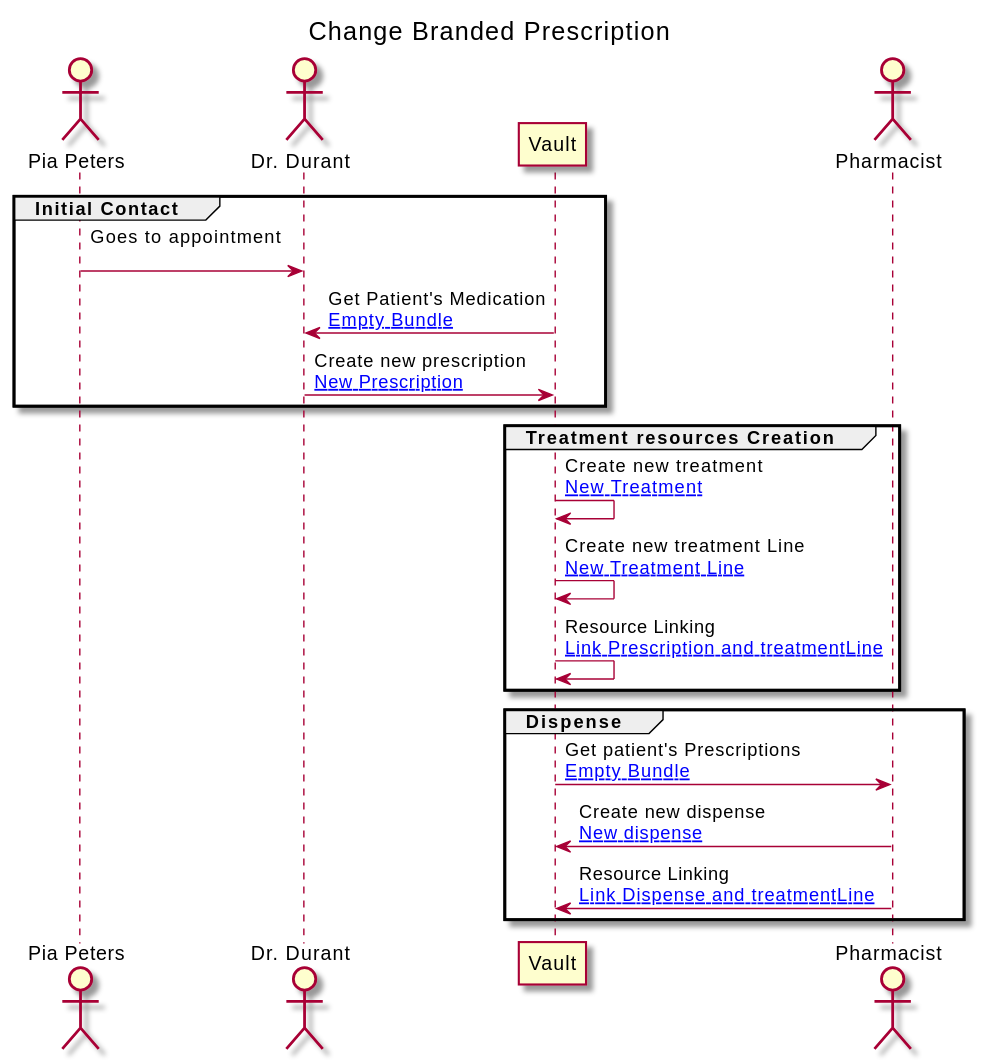
This is branches/master/ExampleScenario-example-1-scenario.svg from jcostateixeira/riziv-medication-record, a PlantUML export, as it was before one commit.
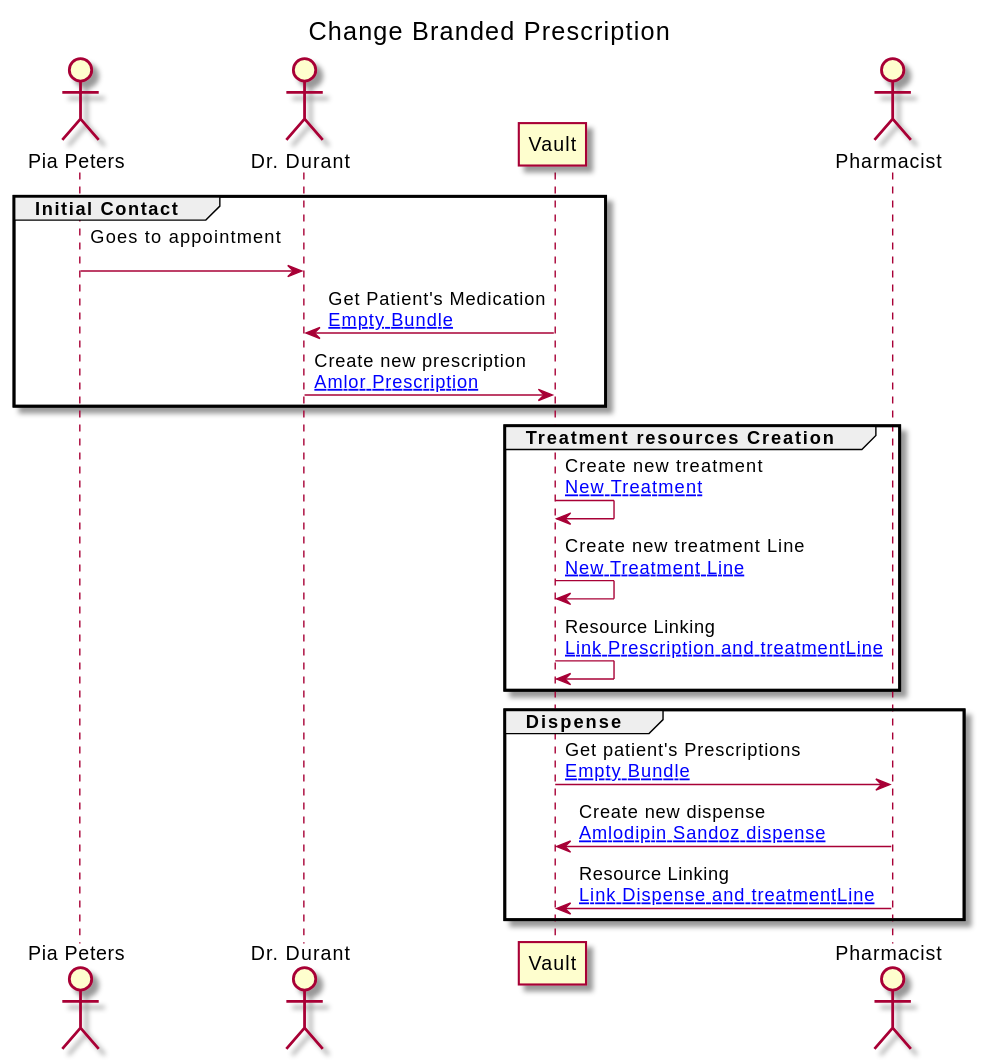
After the change.

What changed in the source:
```diff
@@ -17,7 +17,7 @@
 
 PATIENT -> GP : Goes to appointment\n
 VAULT -> GP : Get Patient's Medication\n[[ExampleScenario-example-1-scenario-resources.html#EB Empty Bundle]]
-GP -> VAULT : Create new prescription\n[[ExampleScenario-example-1-scenario-resources.html#1-prescription New Prescription]]
+GP -> VAULT : Create new prescription\n[[ExampleScenario-example-1-scenario-resources.html#1-prescription Amlor Prescription]]
 end
 
 group Treatment resources Creation
@@ -30,7 +30,7 @@
 group Dispense
 
 VAULT -> PHARM : Get patient's Prescriptions\n[[ExampleScenario-example-1-scenario-resources.html#EB Empty Bundle]]
-PHARM -> VAULT : Create new dispense\n[[ExampleScenario-example-1-scenario-resources.html#1-dispense New dispense]]
+PHARM -> VAULT : Create new dispense\n[[ExampleScenario-example-1-scenario-resources.html#1-dispense Amlodipin Sandoz dispense]]
 PHARM -> VAULT : Resource Linking\n[[ExampleScenario-example-1-scenario-resources.html#1-2-provenance Link Dispense and treatmentLine]]
 end
 
```
